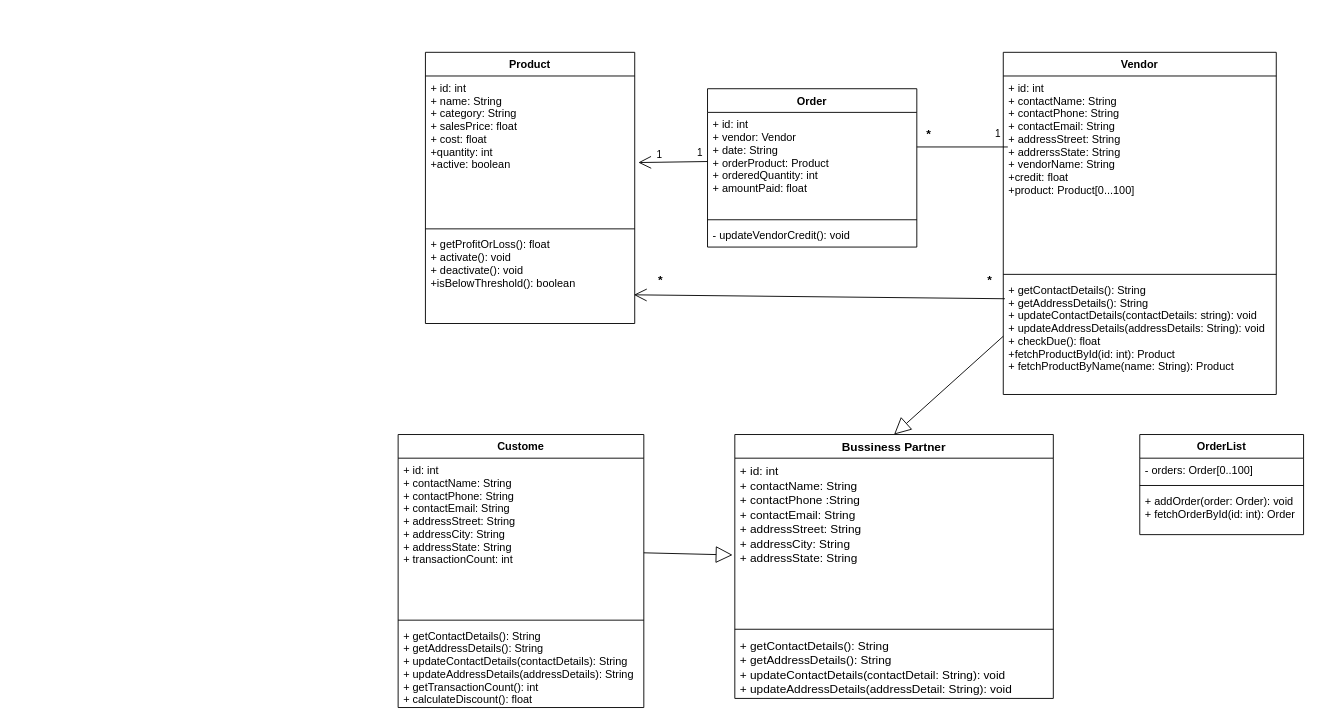
Before: Untitled Diagram.drawio in rasikrj21/Ubank, a draw.io diagram. Source tidied: cells renumbered, new cells numbered last; positions are measured from the earlier drawing's top-left corner, leaving out a move shared by most shapes. Both pictures are drawn from the tidied source at 91%, with x=0, y=0 at pixel (398, 52).
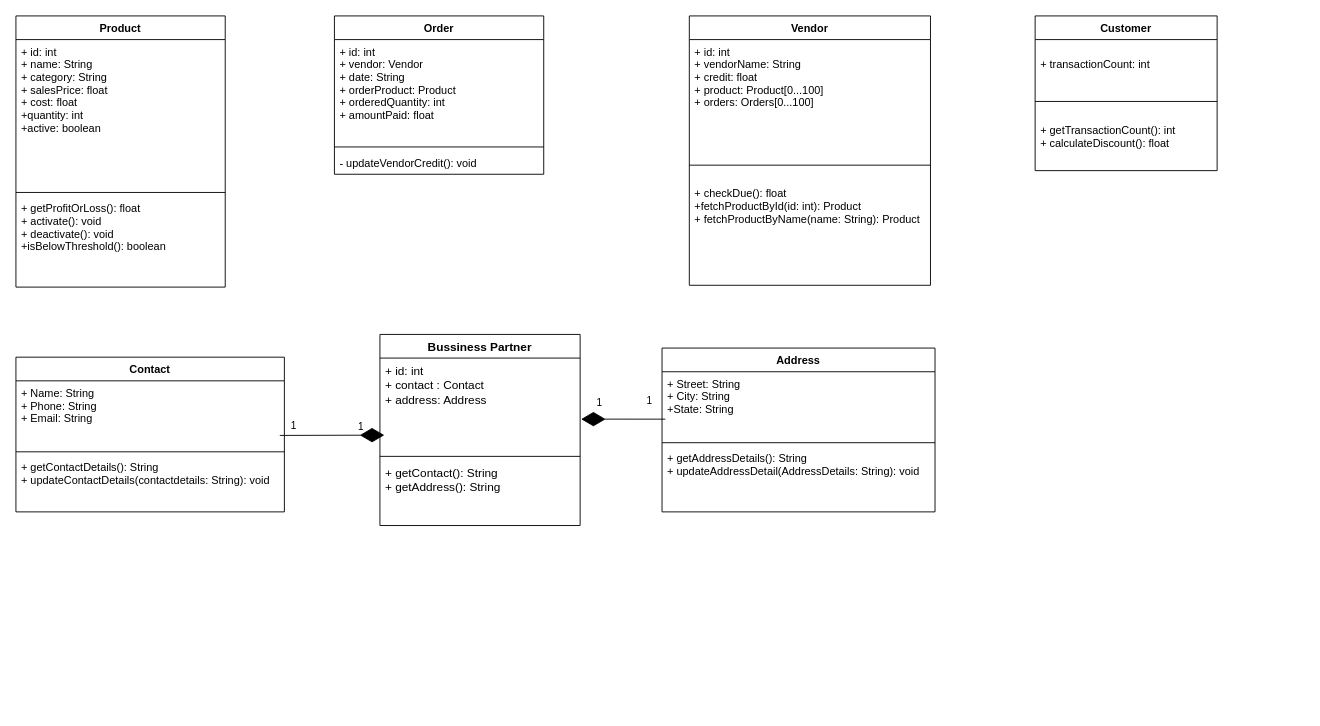
After the change.

Unchanged cells that the change refers to:
```xml
<mxCell id="3" value="+ id: int&#10;+ name: String&#10;+ category: String&#10;+ salesPrice: float&#10;+ cost: float&#10;+quantity: int&#10;+active: boolean" style="text;strokeColor=none;fillColor=none;align=left;verticalAlign=top;spacingLeft=4;spacingRight=4;overflow=hidden;points=[[0,0.5],[1,0.5]];portConstraint=eastwest;" parent="2" vertex="1">
  <mxGeometry y="26" width="230" height="164" as="geometry" />
</mxCell>
<mxCell id="5" value="+ getProfitOrLoss(): float&#10;+ activate(): void&#10;+ deactivate(): void&#10;+isBelowThreshold(): boolean" style="text;strokeColor=none;fillColor=none;align=left;verticalAlign=top;spacingLeft=4;spacingRight=4;overflow=hidden;points=[[0,0.5],[1,0.5]];portConstraint=eastwest;" parent="2" vertex="1">
  <mxGeometry y="198" width="230" height="100" as="geometry" />
</mxCell>
```

What changed in the source:
```diff
@@
     <mxCell id="2" value="Product" style="swimlane;fontStyle=1;align=center;verticalAlign=top;horizontal=1;startSize=26;" parent="1" vertex="1">
-      <mxGeometry x="30" width="230" height="298" as="geometry" />
+      <mxGeometry x="-420" y="-40" width="230" height="298" as="geometry" />
     </mxCell>
@@
     <mxCell id="6" value="Order" style="swimlane;fontStyle=1;align=center;verticalAlign=top;horizontal=1;startSize=26;" parent="1" vertex="1">
-      <mxGeometry x="340" y="40" width="230" height="174" as="geometry" />
+      <mxGeometry x="-70" y="-40" width="230" height="174" as="geometry" />
     </mxCell>
@@
-    <mxCell id="10" value="Custome" style="swimlane;fontStyle=1;align=center;verticalAlign=top;horizontal=1;startSize=26;" parent="1" vertex="1">
-      <mxGeometry y="420" width="270" height="300" as="geometry" />
+    <mxCell id="10" value="Customer" style="swimlane;fontStyle=1;align=center;verticalAlign=top;horizontal=1;startSize=26;" parent="1" vertex="1">
+      <mxGeometry x="700" y="-40" width="200" height="170" as="geometry" />
     </mxCell>
-    <mxCell id="11" value="+ id: int&#10;+ contactName: String&#10;+ contactPhone: String&#10;+ contactEmail: String&#10;+ addressStreet: String&#10;+ addressCity: String&#10;+ addressState: String&#10;+ transactionCount: int" style="text;strokeColor=none;fillColor=none;align=left;verticalAlign=top;spacingLeft=4;spacingRight=4;overflow=hidden;" parent="10" vertex="1">
-      <mxGeometry y="26" width="270" height="174" as="geometry" />
+    <mxCell id="11" value="&#10;+ transactionCount: int" style="text;strokeColor=none;fillColor=none;align=left;verticalAlign=top;spacingLeft=4;spacingRight=4;overflow=hidden;" parent="10" vertex="1">
+      <mxGeometry y="26" width="200" height="64" as="geometry" />
     </mxCell>
-    <mxCell id="12" style="endArrow=block;endSize=16;endFill=0;html=1;rounded=0;fontSize=13;entryX=-0.007;entryY=0.578;entryDx=0;entryDy=0;entryPerimeter=0;" parent="10" edge="1" target="33">
-      <mxGeometry relative="1" as="geometry">
-        <mxPoint x="270" y="130" as="sourcePoint" />
-      </mxGeometry>
-    </mxCell>
     <mxCell id="13" style="line;strokeWidth=1;fillColor=none;align=left;verticalAlign=middle;spacingTop=-1;spacingLeft=3;spacingRight=3;labelPosition=right;" parent="10" vertex="1">
-      <mxGeometry y="200" width="270" height="8" as="geometry" />
+      <mxGeometry y="90" width="200" height="8" as="geometry" />
     </mxCell>
-    <mxCell id="14" value="+ getContactDetails(): String&#10;+ getAddressDetails(): String&#10;+ updateContactDetails(contactDetails): String&#10;+ updateAddressDetails(addressDetails): String&#10;+ getTransactionCount(): int&#10;+ calculateDiscount(): float" style="text;strokeColor=none;fillColor=none;align=left;verticalAlign=top;spacingLeft=4;spacingRight=4;overflow=hidden;" parent="10" vertex="1">
-      <mxGeometry y="208" width="270" height="92" as="geometry" />
+    <mxCell id="14" value="&#10;+ getTransactionCount(): int&#10;+ calculateDiscount(): float" style="text;strokeColor=none;fillColor=none;align=left;verticalAlign=top;spacingLeft=4;spacingRight=4;overflow=hidden;" parent="10" vertex="1">
+      <mxGeometry y="98" width="200" height="72" as="geometry" />
     </mxCell>
     <mxCell id="15" value="Vendor" style="swimlane;fontStyle=1;align=center;verticalAlign=top;horizontal=1;startSize=26;" parent="1" vertex="1">
-      <mxGeometry x="665" width="300" height="376" as="geometry" />
+      <mxGeometry x="320" y="-40" width="265" height="296" as="geometry" />
     </mxCell>
-    <mxCell id="16" value="+ id: int&#10;+ contactName: String&#10;+ contactPhone: String&#10;+ contactEmail: String&#10;+ addressStreet: String&#10;+ addrerssState: String&#10;+ vendorName: String&#10;+credit: float&#10;+product: Product[0...100]" style="text;strokeColor=none;fillColor=none;align=left;verticalAlign=top;spacingLeft=4;spacingRight=4;overflow=hidden;" parent="15" vertex="1">
-      <mxGeometry y="26" width="300" height="214" as="geometry" />
+    <mxCell id="16" value="+ id: int&#10;+ vendorName: String&#10;+ credit: float&#10;+ product: Product[0...100]&#10;+ orders: Orders[0...100]" style="text;strokeColor=none;fillColor=none;align=left;verticalAlign=top;spacingLeft=4;spacingRight=4;overflow=hidden;" parent="15" vertex="1">
+      <mxGeometry y="26" width="265" height="134" as="geometry" />
     </mxCell>
     <mxCell id="17" style="line;strokeWidth=1;fillColor=none;align=left;verticalAlign=middle;spacingTop=-1;spacingLeft=3;spacingRight=3;labelPosition=right;" parent="15" vertex="1">
-      <mxGeometry y="240" width="300" height="8" as="geometry" />
+      <mxGeometry y="160" width="265" height="8" as="geometry" />
     </mxCell>
-    <mxCell id="18" value="+ getContactDetails(): String&#10;+ getAddressDetails(): String&#10;+ updateContactDetails(contactDetails: string): void&#10;+ updateAddressDetails(addressDetails: String): void&#10;+ checkDue(): float&#10;+fetchProductById(id: int): Product&#10;+ fetchProductByName(name: String): Product&#10;" style="text;strokeColor=none;fillColor=none;align=left;verticalAlign=top;spacingLeft=4;spacingRight=4;overflow=hidden;points=[[0,0.5],[1,0.5]];portConstraint=eastwest;" parent="15" vertex="1">
-      <mxGeometry y="248" width="300" height="128" as="geometry" />
+    <mxCell id="18" value="&#10;+ checkDue(): float&#10;+fetchProductById(id: int): Product&#10;+ fetchProductByName(name: String): Product&#10;" style="text;strokeColor=none;fillColor=none;align=left;verticalAlign=top;spacingLeft=4;spacingRight=4;overflow=hidden;points=[[0,0.5],[1,0.5]];portConstraint=eastwest;" parent="15" vertex="1">
+      <mxGeometry y="168" width="265" height="128" as="geometry" />
     </mxCell>
-    <mxCell id="19" value="OrderList" style="swimlane;fontStyle=1;align=center;verticalAlign=top;horizontal=1;startSize=26;" parent="1" vertex="1">
-      <mxGeometry x="815" y="420" width="180" height="110" as="geometry" />
-    </mxCell>
-    <mxCell id="20" value="- orders: Order[0..100]" style="text;strokeColor=none;fillColor=none;align=left;verticalAlign=top;spacingLeft=4;spacingRight=4;overflow=hidden;" parent="19" vertex="1">
-      <mxGeometry y="26" width="180" height="26" as="geometry" />
-    </mxCell>
-    <mxCell id="21" style="line;strokeWidth=1;fillColor=none;align=left;verticalAlign=middle;spacingTop=-1;spacingLeft=3;spacingRight=3;labelPosition=right;" parent="19" vertex="1">
-      <mxGeometry y="52" width="180" height="8" as="geometry" />
-    </mxCell>
-    <mxCell id="22" value="+ addOrder(order: Order): void&#10;+ fetchOrderById(id: int): Order" style="text;strokeColor=none;fillColor=none;align=left;verticalAlign=top;spacingLeft=4;spacingRight=4;overflow=hidden;" parent="19" vertex="1">
-      <mxGeometry y="60" width="180" height="50" as="geometry" />
-    </mxCell>
-    <mxCell id="23" style="endArrow=open;endFill=1;endSize=12;html=1;rounded=0;entryX=1.017;entryY=0.58;entryDx=0;entryDy=0;entryPerimeter=0;align=left;" parent="1" edge="1" target="3">
-      <mxGeometry relative="1" as="geometry">
-        <mxPoint x="340" y="120" as="sourcePoint" />
-      </mxGeometry>
-    </mxCell>
-    <mxCell id="24" value="1" style="edgeLabel;html=1;align=center;verticalAlign=middle;" parent="23" vertex="1">
-      <mxGeometry x="0.39" y="-8" relative="1" as="geometry" />
-    </mxCell>
-    <mxCell id="25" value="&lt;p style=&quot;line-height: 1.1&quot;&gt;1&lt;/p&gt;" style="edgeLabel;html=1;align=right;verticalAlign=middle;spacing=0;labelBorderColor=none;labelBackgroundColor=none;" parent="23" vertex="1">
-      <mxGeometry x="-0.75" y="-6" relative="1" as="geometry">
-        <mxPoint x="3" y="-5" as="offset" />
-      </mxGeometry>
-    </mxCell>
-    <mxCell id="26" style="endArrow=open;endFill=1;endSize=12;html=1;rounded=0;entryX=0.996;entryY=0.685;entryDx=0;entryDy=0;entryPerimeter=0;exitX=0.006;exitY=0.178;exitDx=0;exitDy=0;exitPerimeter=0;" parent="1" edge="1" source="18" target="5">
-      <mxGeometry relative="1" as="geometry" />
-    </mxCell>
-    <mxCell id="27" style="line;strokeWidth=1;fillColor=none;align=left;verticalAlign=middle;spacingTop=-1;spacingLeft=3;spacingRight=3;labelPosition=right;" parent="1" vertex="1">
-      <mxGeometry x="570" y="100" width="100" height="8" as="geometry" />
-    </mxCell>
-    <mxCell id="28" value="&lt;b&gt;&lt;font style=&quot;font-size: 13px&quot;&gt;*&lt;/font&gt;&lt;/b&gt;" style="text;html=1;align=center;verticalAlign=middle;strokeColor=none;fillColor=none;spacingRight=0;spacingLeft=5;" parent="1" vertex="1">
-      <mxGeometry x="565" y="80" width="30" height="20" as="geometry" />
-    </mxCell>
-    <mxCell id="29" value="&lt;b style=&quot;font-size: 12px&quot;&gt;&lt;font style=&quot;font-size: 13px&quot;&gt;*&lt;/font&gt;&lt;/b&gt;" style="text;html=1;align=center;verticalAlign=middle;strokeColor=none;fillColor=none;fontSize=13;" parent="1" vertex="1">
-      <mxGeometry x="640" y="240" width="20" height="20" as="geometry" />
-    </mxCell>
-    <mxCell id="30" value="&lt;b&gt;&lt;font style=&quot;font-size: 13px&quot;&gt;*&lt;/font&gt;&lt;/b&gt;" style="text;html=1;align=center;verticalAlign=middle;strokeColor=none;fillColor=none;spacingRight=0;spacingLeft=5;" parent="1" vertex="1">
-      <mxGeometry x="270" y="240" width="30" height="20" as="geometry" />
-    </mxCell>
-    <mxCell id="31" value="1" style="edgeLabel;html=1;align=center;verticalAlign=middle;" parent="1" vertex="1">
-      <mxGeometry x="630" y="80" as="geometry">
-        <mxPoint x="28" y="8" as="offset" />
-      </mxGeometry>
-    </mxCell>
     <mxCell id="32" value="Bussiness Partner" style="swimlane;fontStyle=1;align=center;verticalAlign=top;horizontal=1;startSize=26;labelBackgroundColor=none;labelBorderColor=none;fontSize=13;" parent="1" vertex="1">
-      <mxGeometry x="370" y="420" width="350" height="290" as="geometry" />
+      <mxGeometry x="-20" y="310" width="220" height="210" as="geometry" />
     </mxCell>
-    <mxCell id="33" value="+ id: int&#10;+ contactName: String&#10;+ contactPhone :String&#10;+ contactEmail: String&#10;+ addressStreet: String&#10;+ addressCity: String&#10;+ addressState: String " style="text;strokeColor=none;fillColor=none;align=left;verticalAlign=top;spacingLeft=4;spacingRight=4;overflow=hidden;points=[[0,0.5],[1,0.5]];portConstraint=eastwest;labelBackgroundColor=none;labelBorderColor=none;fontSize=13;" parent="32" vertex="1">
-      <mxGeometry y="26" width="350" height="184" as="geometry" />
+    <mxCell id="33" value="+ id: int&#10;+ contact : Contact&#10;+ address: Address" style="text;strokeColor=none;fillColor=none;align=left;verticalAlign=top;spacingLeft=4;spacingRight=4;overflow=hidden;points=[[0,0.5],[1,0.5]];portConstraint=eastwest;labelBackgroundColor=none;labelBorderColor=none;fontSize=13;" parent="32" vertex="1">
+      <mxGeometry y="26" width="220" height="104" as="geometry" />
     </mxCell>
     <mxCell id="34" style="line;strokeWidth=1;fillColor=none;align=left;verticalAlign=middle;spacingTop=-1;spacingLeft=3;spacingRight=3;labelPosition=right;labelBackgroundColor=none;labelBorderColor=none;fontSize=13;" parent="32" vertex="1">
-      <mxGeometry y="210" width="350" height="8" as="geometry" />
+      <mxGeometry y="130" width="220" height="8" as="geometry" />
     </mxCell>
-    <mxCell id="35" value="+ getContactDetails(): String&#10;+ getAddressDetails(): String&#10;+ updateContactDetails(contactDetail: String): void&#10;+ updateAddressDetails(addressDetail: String): void" style="text;strokeColor=none;fillColor=none;align=left;verticalAlign=top;spacingLeft=4;spacingRight=4;overflow=hidden;labelBackgroundColor=none;labelBorderColor=none;fontSize=13;" parent="32" vertex="1">
-      <mxGeometry y="218" width="350" height="72" as="geometry" />
+    <mxCell id="35" value="+ getContact(): String&#10;+ getAddress(): String" style="text;strokeColor=none;fillColor=none;align=left;verticalAlign=top;spacingLeft=4;spacingRight=4;overflow=hidden;labelBackgroundColor=none;labelBorderColor=none;fontSize=13;" parent="32" vertex="1">
+      <mxGeometry y="138" width="220" height="72" as="geometry" />
     </mxCell>
-    <mxCell id="36" style="endArrow=block;endSize=16;endFill=0;html=1;rounded=0;fontSize=13;entryX=0.5;entryY=0;entryDx=0;entryDy=0;exitX=0;exitY=0.5;exitDx=0;exitDy=0;" parent="1" edge="1" source="18" target="32">
-      <mxGeometry relative="1" as="geometry" />
-    </mxCell>
+    <mxCell id="37" value="Address" style="swimlane;fontStyle=1;align=center;verticalAlign=top;horizontal=1;startSize=26;" parent="1" vertex="1">
+      <mxGeometry x="290" y="325" width="300" height="180" as="geometry" />
+    </mxCell>
+    <mxCell id="38" value="+ Street: String&#10;+ City: String&#10;+State: String" style="text;strokeColor=none;fillColor=none;align=left;verticalAlign=top;spacingLeft=4;spacingRight=4;overflow=hidden;points=[[0,0.5],[1,0.5]];portConstraint=eastwest;" parent="37" vertex="1">
+      <mxGeometry y="26" width="300" height="74" as="geometry" />
+    </mxCell>
+    <mxCell id="39" style="line;strokeWidth=1;fillColor=none;align=left;verticalAlign=middle;spacingTop=-1;spacingLeft=3;spacingRight=3;labelPosition=right;" parent="37" vertex="1">
+      <mxGeometry y="100" width="300" height="8" as="geometry" />
+    </mxCell>
+    <mxCell id="40" value="+ getAddressDetails(): String&#10;+ updateAddressDetail(AddressDetails: String): void" style="text;strokeColor=none;fillColor=none;align=left;verticalAlign=top;spacingLeft=4;spacingRight=4;overflow=hidden;" parent="37" vertex="1">
+      <mxGeometry y="108" width="300" height="72" as="geometry" />
+    </mxCell>
+    <mxCell id="41" value="Contact" style="swimlane;fontStyle=1;align=center;verticalAlign=top;horizontal=1;startSize=26;" parent="1" vertex="1">
+      <mxGeometry x="-420" y="335" width="295" height="170" as="geometry" />
+    </mxCell>
+    <mxCell id="42" value="+ Name: String&#10;+ Phone: String&#10;+ Email: String" style="text;strokeColor=none;fillColor=none;align=left;verticalAlign=top;spacingLeft=4;spacingRight=4;overflow=hidden;" parent="41" vertex="1">
+      <mxGeometry y="26" width="295" height="74" as="geometry" />
+    </mxCell>
+    <mxCell id="43" style="line;strokeWidth=1;fillColor=none;align=left;verticalAlign=middle;spacingTop=-1;spacingLeft=3;spacingRight=3;labelPosition=right;" parent="41" vertex="1">
+      <mxGeometry y="100" width="295" height="8" as="geometry" />
+    </mxCell>
+    <mxCell id="44" value="+ getContactDetails(): String&#10;+ updateContactDetails(contactdetails: String): void" style="text;strokeColor=none;fillColor=none;align=left;verticalAlign=top;spacingLeft=4;spacingRight=4;overflow=hidden;" parent="41" vertex="1">
+      <mxGeometry y="108" width="295" height="62" as="geometry" />
+    </mxCell>
+    <mxCell id="45" style="endArrow=diamondThin;endFill=1;endSize=24;html=1;rounded=0;entryX=0.022;entryY=0.814;entryDx=0;entryDy=0;entryPerimeter=0;" parent="1" edge="1" target="33">
+      <mxGeometry relative="1" as="geometry">
+        <mxPoint x="-130" y="421" as="sourcePoint" />
+      </mxGeometry>
+    </mxCell>
+    <mxCell id="46" value="1" style="edgeLabel;html=1;align=center;verticalAlign=middle;" parent="45" vertex="1">
+      <mxGeometry x="-0.74" y="4" relative="1" as="geometry">
+        <mxPoint y="-7" as="offset" />
+      </mxGeometry>
+    </mxCell>
+    <mxCell id="47" style="endArrow=diamondThin;endFill=1;endSize=24;html=1;rounded=0;entryX=1.005;entryY=0.645;entryDx=0;entryDy=0;entryPerimeter=0;exitX=0.012;exitY=0.704;exitDx=0;exitDy=0;exitPerimeter=0;" parent="1" edge="1" source="38" target="33">
+      <mxGeometry relative="1" as="geometry" />
+    </mxCell>
+    <mxCell id="48" value="1" style="edgeLabel;html=1;align=center;verticalAlign=middle;" parent="1" vertex="1">
+      <mxGeometry x="-105.3" y="420" as="geometry">
+        <mxPoint x="64" y="-10" as="offset" />
+      </mxGeometry>
+    </mxCell>
+    <mxCell id="49" value="1" style="edgeLabel;html=1;align=center;verticalAlign=middle;" parent="1" vertex="1">
+      <mxGeometry x="-80" y="430" as="geometry">
+        <mxPoint x="300" y="-46" as="offset" />
+      </mxGeometry>
+    </mxCell>
+    <mxCell id="50" value="1" style="edgeLabel;html=1;align=center;verticalAlign=middle;" parent="1" vertex="1">
+      <mxGeometry x="-90" y="430" as="geometry">
+        <mxPoint x="365" y="-48" as="offset" />
+      </mxGeometry>
+    </mxCell>
```
